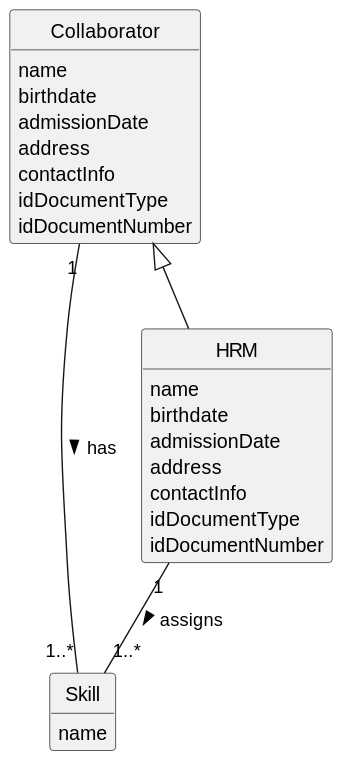
Above: docs/sprintA/us004/02.analysis/svg/us004-domain-model.svg in diogoveirospro/lei-24-s2-1dg-g072 (PlantUML), before the change.
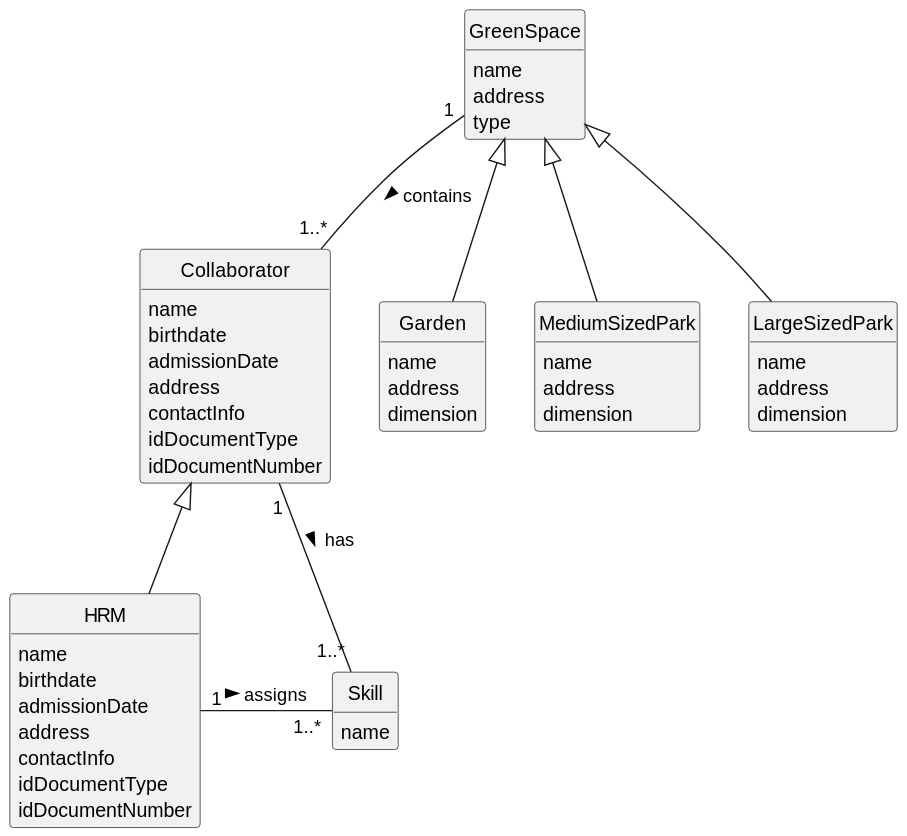
Later version of the same file.

What changed in the source:
```diff
@@ -8,7 +8,6 @@
 
 hide circle
 hide methods
-
 
 class Collaborator {
    name
@@ -33,9 +32,35 @@
    idDocumentType
    idDocumentNumber
 }
+class GreenSpace {
+    name
+    address
+    type
+}
 
+class Garden {
+    name
+    address
+    dimension
+}
 
+class MediumSizedPark {
+    name
+    address
+    dimension
+}
+
+class LargeSizedPark {
+    name
+    address
+    dimension
+}
+
+GreenSpace <|-- Garden
+GreenSpace <|-- MediumSizedPark
+GreenSpace <|-- LargeSizedPark
 Collaborator <|-- HRM
-HRM "1" -- "1..*" Skill : assigns >
+HRM "1" - "1..*" Skill : assigns >
 Collaborator "1" -- "1..*" Skill : has >
+GreenSpace "1" -- "1..*" Collaborator: contains >
 @enduml
```
